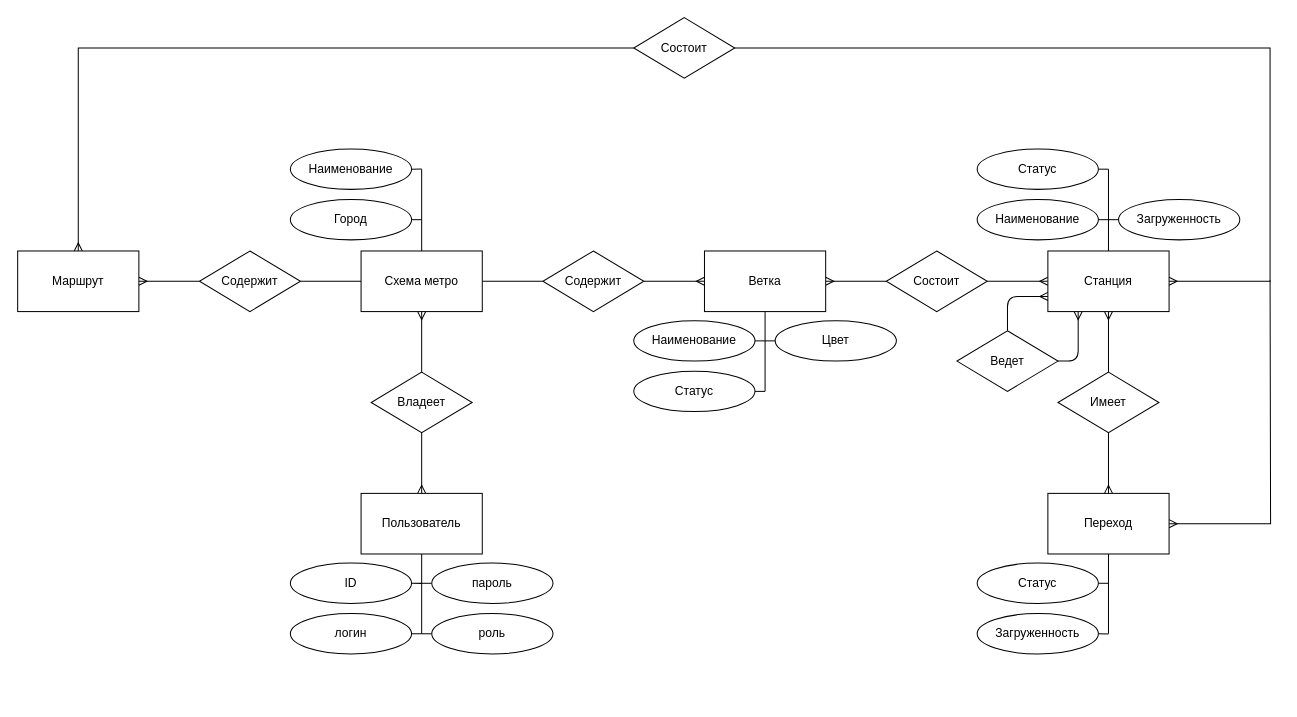
Earlier version of the draw.io diagram charts/ER.drawio (Mihyich/PPO). Source tidied: cells renumbered, new cells numbered last; positions are measured from the earlier drawing's top-left corner, leaving out a move shared by most shapes. Both pictures are drawn from the tidied source at 101%, with x=0, y=0 at pixel (17, 17).
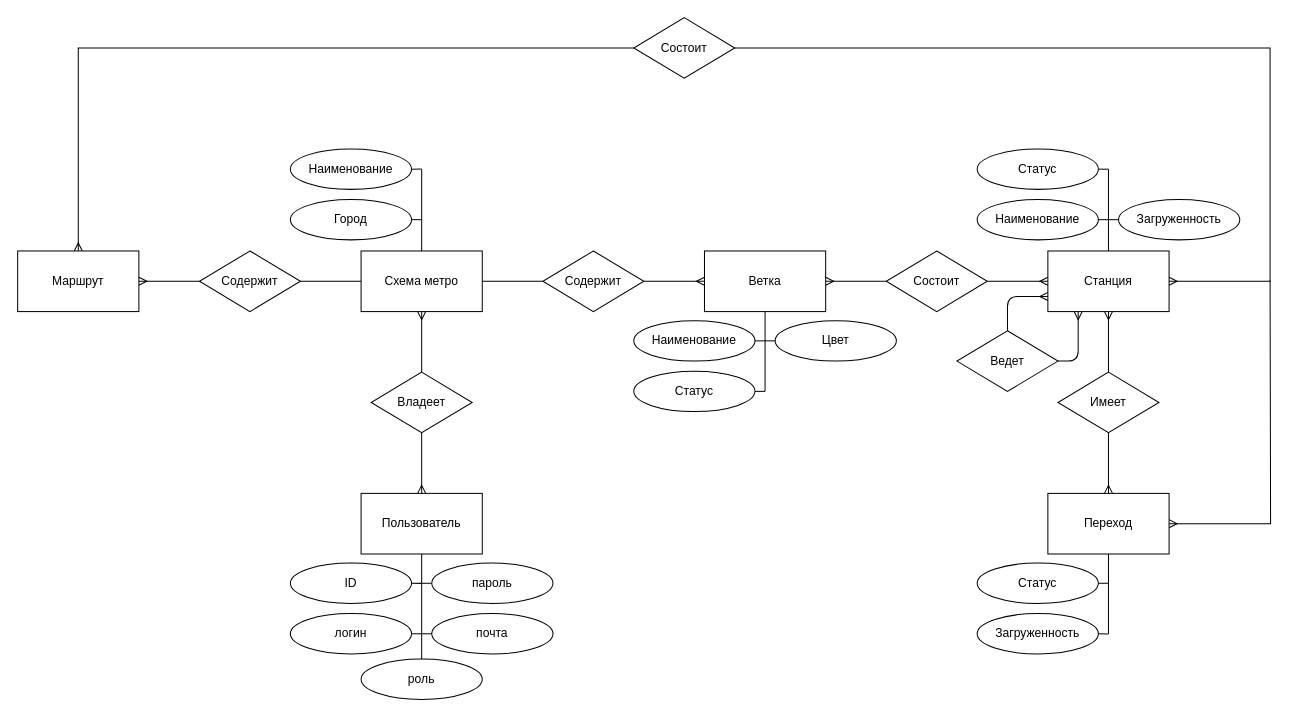
Above is the later version.

Commit message (it also covers changes not shown here):
Обновление атрибутов в ER и Entities диаграммах

The change refers to these unchanged cells:
```xml
<mxCell id="4" value="Пользователь" style="rounded=0;whiteSpace=wrap;html=1;" parent="1" vertex="1">
  <mxGeometry x="340" y="471" width="120" height="60" as="geometry" />
</mxCell>
```

What changed in the source:
```diff
@@
-    <mxCell id="2" style="edgeStyle=none;html=1;endArrow=none;endFill=0;" parent="1" edge="1" source="4">
-      <mxGeometry relative="1" as="geometry">
-        <mxPoint x="400" y="610" as="targetPoint" />
-      </mxGeometry>
+    <mxCell id="2" style="edgeStyle=none;html=1;endArrow=none;endFill=0;" parent="1" edge="1" source="4" target="61">
+      <mxGeometry relative="1" as="geometry" />
     </mxCell>
@@
-    <mxCell id="11" value="роль" style="ellipse;whiteSpace=wrap;html=1;" parent="1" vertex="1">
+    <mxCell id="11" value="почта" style="ellipse;whiteSpace=wrap;html=1;" parent="1" vertex="1">
       <mxGeometry x="410" y="590" width="120" height="40" as="geometry" />
     </mxCell>
@@
+    <mxCell id="61" value="роль" style="ellipse;whiteSpace=wrap;html=1;" parent="1" vertex="1">
+      <mxGeometry x="340" y="635" width="120" height="40" as="geometry" />
+    </mxCell>
```
